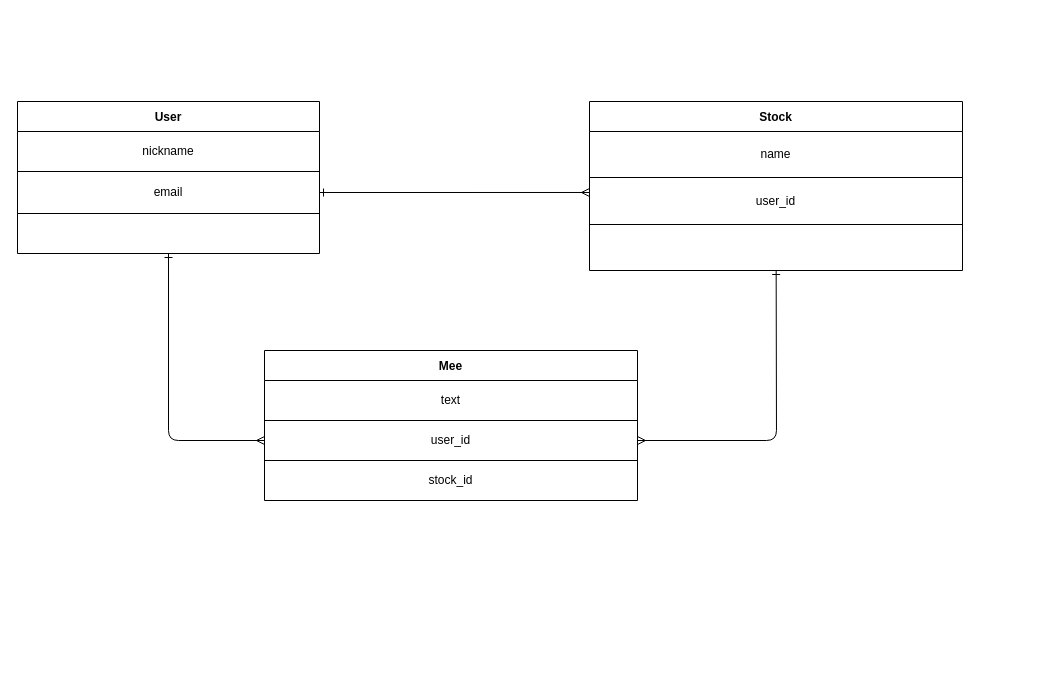
The draw.io diagram er.dio in kijima-line/stome, before the edit. Source tidied: cells renumbered, new cells numbered last; positions are measured from the earlier drawing's top-left corner, leaving out a move shared by most shapes. Both pictures are drawn from the tidied source at 100%, with x=0, y=0 at pixel (17, 101).
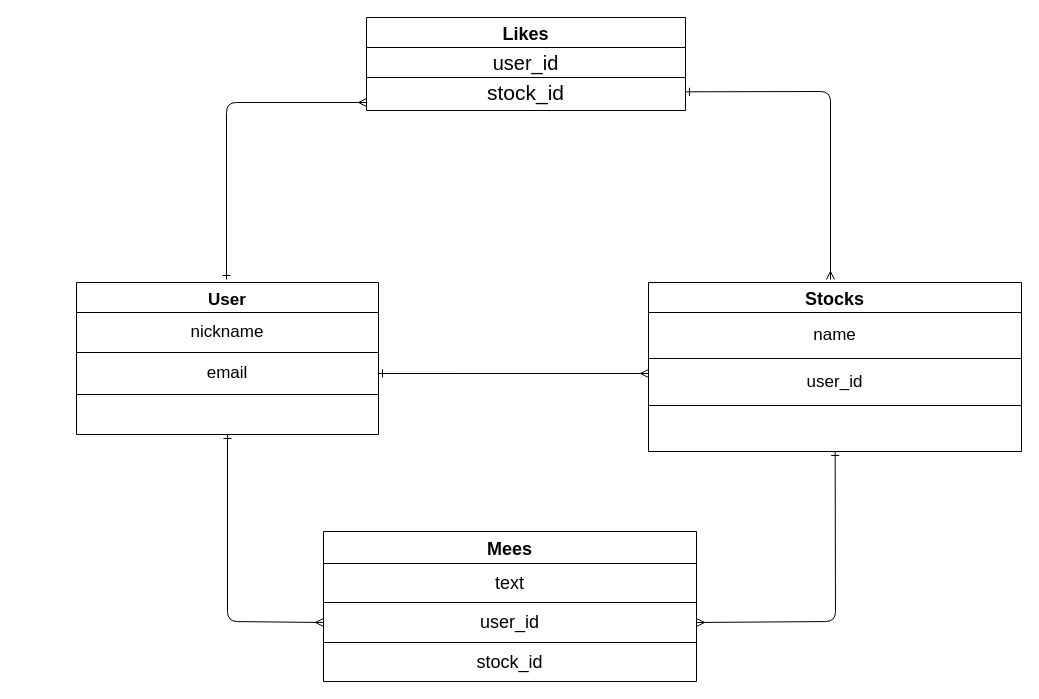
After the change.

The change refers to these unchanged cells:
```xml
<mxCell id="4" style="shape=partialRectangle;html=1;whiteSpace=wrap;fillColor=none;top=0;left=0;bottom=0;right=0;" parent="3" vertex="1">
  <mxGeometry y="30" width="302" height="40" as="geometry" />
</mxCell>
<mxCell id="6" style="shape=partialRectangle;html=1;whiteSpace=wrap;fillColor=none;top=0;left=0;bottom=0;right=0;points=[[0,0.5],[1,0.5]];portConstraint=eastwest;" parent="3" vertex="1">
  <mxGeometry y="70" width="302" height="42" as="geometry" />
</mxCell>
<mxCell id="12" style="shape=partialRectangle;html=1;whiteSpace=wrap;fillColor=none;top=0;left=0;bottom=0;right=0;" parent="11" vertex="1">
  <mxGeometry y="30" width="373" height="46" as="geometry" />
</mxCell>
<mxCell id="14" style="shape=partialRectangle;html=1;whiteSpace=wrap;fillColor=none;top=0;left=0;bottom=0;right=0;points=[[0,0.5],[1,0.5]];portConstraint=eastwest;" parent="11" vertex="1">
  <mxGeometry y="76" width="373" height="47" as="geometry" />
</mxCell>
```

Diff of the diagram source:
```diff
@@
-    <mxCell id="2" style="edgeStyle=none;html=1;entryX=0;entryY=0.5;entryDx=0;entryDy=0;fontColor=#000000;endArrow=ERmany;endFill=0;strokeColor=#000000;startArrow=ERone;startFill=0;" parent="1" edge="1" source="3" target="21">
-      <mxGeometry relative="1" as="geometry">
-        <Array as="points">
-          <mxPoint x="151" y="339" />
-        </Array>
-      </mxGeometry>
-    </mxCell>
+    <mxCell id="26" value="Likes" style="shape=table;startSize=30;childLayout=tableLayout;rowLines=0;fontStyle=1;align=center;fontSize=18;strokeColor=#000000;" parent="1" vertex="1">
+      <mxGeometry x="349" y="-84" width="319" height="93" as="geometry" />
+    </mxCell>
+    <mxCell id="27" style="shape=partialRectangle;html=1;whiteSpace=wrap;fillColor=none;top=0;left=0;bottom=1;right=0;strokeColor=#000000;" parent="26" vertex="1">
+      <mxGeometry y="30" width="319" height="30" as="geometry" />
+    </mxCell>
+    <mxCell id="28" value="&lt;font color=&quot;#000000&quot; style=&quot;font-size: 20px&quot;&gt;user_id&lt;/font&gt;" style="shape=partialRectangle;html=1;whiteSpace=wrap;fillColor=none;top=0;left=0;bottom=0;right=0;overflow=hidden;" parent="27" vertex="1">
+      <mxGeometry width="319" height="30" as="geometry" />
+    </mxCell>
+    <mxCell id="29" style="shape=partialRectangle;html=1;whiteSpace=wrap;fillColor=none;top=0;left=0;bottom=0;right=0;" parent="26" vertex="1">
+      <mxGeometry y="60" width="319" height="30" as="geometry" />
+    </mxCell>
+    <mxCell id="30" value="stock_id" style="shape=partialRectangle;html=1;whiteSpace=wrap;fillColor=none;top=0;left=0;bottom=0;right=0;overflow=hidden;fontColor=#000000;fontSize=21;strokeColor=#000000;" parent="29" vertex="1">
+      <mxGeometry width="319" height="30" as="geometry" />
+    </mxCell>
+    <mxCell id="31" style="group;" parent="1" vertex="1">
+      <mxGeometry x="59" y="181" width="945" height="399" as="geometry" />
+    </mxCell>
-    <mxCell id="3" value="User" style="shape=table;startSize=30;childLayout=tableLayout;fontStyle=1;align=center;strokeColor=#000000;" parent="1" vertex="1">
+    <mxCell id="3" value="User" style="shape=table;startSize=30;childLayout=tableLayout;fontStyle=1;align=center;strokeColor=#000000;fontSize=17;" parent="31" vertex="1">
       <mxGeometry width="302" height="152" as="geometry" />
     </mxCell>
@@
-    <mxCell id="5" value="&lt;font color=&quot;#000000&quot;&gt;nickname&lt;/font&gt;" style="shape=partialRectangle;html=1;whiteSpace=wrap;fillColor=none;top=0;left=0;bottom=0;right=0;overflow=hidden;" parent="4" vertex="1">
+    <mxCell id="5" value="&lt;font color=&quot;#000000&quot; style=&quot;font-size: 17px;&quot;&gt;nickname&lt;/font&gt;" style="shape=partialRectangle;html=1;whiteSpace=wrap;fillColor=none;top=0;left=0;bottom=0;right=0;overflow=hidden;fontSize=17;" parent="4" vertex="1">
       <mxGeometry width="302" height="40" as="geometry" />
     </mxCell>
@@
-    <mxCell id="7" value="&lt;font color=&quot;#000000&quot;&gt;email&lt;/font&gt;" style="shape=partialRectangle;html=1;whiteSpace=wrap;fillColor=none;top=0;left=0;bottom=0;right=0;overflow=hidden;" parent="6" vertex="1">
+    <mxCell id="7" value="&lt;font color=&quot;#000000&quot; style=&quot;font-size: 17px;&quot;&gt;email&lt;/font&gt;" style="shape=partialRectangle;html=1;whiteSpace=wrap;fillColor=none;top=0;left=0;bottom=0;right=0;overflow=hidden;fontSize=17;" parent="6" vertex="1">
       <mxGeometry width="302" height="42" as="geometry" />
     </mxCell>
@@
-    <mxCell id="10" style="edgeStyle=none;html=1;entryX=1;entryY=0.5;entryDx=0;entryDy=0;fontColor=#000000;endArrow=ERmany;endFill=0;strokeColor=#000000;startArrow=ERone;startFill=0;" parent="1" edge="1" source="11" target="21">
-      <mxGeometry relative="1" as="geometry">
-        <Array as="points">
-          <mxPoint x="759" y="339" />
-        </Array>
-      </mxGeometry>
-    </mxCell>
-    <mxCell id="11" value="Stock" style="shape=table;startSize=30;childLayout=tableLayout;fontStyle=1;align=center;strokeColor=#000000;" parent="1" vertex="1">
+    <mxCell id="11" value="Stocks" style="shape=table;startSize=30;childLayout=tableLayout;fontStyle=1;align=center;strokeColor=#000000;fontSize=18;" parent="31" vertex="1">
       <mxGeometry x="572" width="373" height="169" as="geometry" />
     </mxCell>
@@
-    <mxCell id="13" value="&lt;font color=&quot;#000000&quot;&gt;name&lt;/font&gt;" style="shape=partialRectangle;html=1;whiteSpace=wrap;fillColor=none;top=0;left=0;bottom=0;right=0;overflow=hidden;" parent="12" vertex="1">
+    <mxCell id="13" value="&lt;font color=&quot;#000000&quot; style=&quot;font-size: 17px;&quot;&gt;name&lt;/font&gt;" style="shape=partialRectangle;html=1;whiteSpace=wrap;fillColor=none;top=0;left=0;bottom=0;right=0;overflow=hidden;fontSize=17;" parent="12" vertex="1">
       <mxGeometry width="373" height="46" as="geometry" />
     </mxCell>
@@
-    <mxCell id="15" value="&lt;font color=&quot;#000000&quot;&gt;user_id&lt;/font&gt;" style="shape=partialRectangle;html=1;whiteSpace=wrap;fillColor=none;top=0;left=0;bottom=0;right=0;overflow=hidden;" parent="14" vertex="1">
+    <mxCell id="15" value="&lt;font color=&quot;#000000&quot; style=&quot;font-size: 17px;&quot;&gt;user_id&lt;/font&gt;" style="shape=partialRectangle;html=1;whiteSpace=wrap;fillColor=none;top=0;left=0;bottom=0;right=0;overflow=hidden;fontSize=17;" parent="14" vertex="1">
       <mxGeometry width="373" height="47" as="geometry" />
     </mxCell>
@@
-    <mxCell id="18" value="Mee" style="shape=table;startSize=30;childLayout=tableLayout;fontStyle=1;align=center;strokeColor=#000000;" parent="1" vertex="1">
+    <mxCell id="18" value="Mees" style="shape=table;startSize=32;childLayout=tableLayout;fontStyle=1;align=center;strokeColor=#000000;fontSize=18;" parent="31" vertex="1">
       <mxGeometry x="247" y="249" width="373" height="150" as="geometry" />
     </mxCell>
     <mxCell id="19" style="shape=partialRectangle;html=1;whiteSpace=wrap;fillColor=none;top=0;left=0;bottom=0;right=0;" parent="18" vertex="1">
-      <mxGeometry y="30" width="373" height="40" as="geometry" />
+      <mxGeometry y="32" width="373" height="39" as="geometry" />
     </mxCell>
-    <mxCell id="20" value="&lt;font color=&quot;#000000&quot;&gt;text&lt;/font&gt;" style="shape=partialRectangle;html=1;whiteSpace=wrap;fillColor=none;top=0;left=0;bottom=0;right=0;overflow=hidden;" parent="19" vertex="1">
-      <mxGeometry width="373" height="40" as="geometry" />
+    <mxCell id="20" value="&lt;font color=&quot;#000000&quot; style=&quot;font-size: 18px;&quot;&gt;text&lt;/font&gt;" style="shape=partialRectangle;html=1;whiteSpace=wrap;fillColor=none;top=0;left=0;bottom=0;right=0;overflow=hidden;fontSize=18;" parent="19" vertex="1">
+      <mxGeometry width="373" height="39" as="geometry" />
     </mxCell>
     <mxCell id="21" style="shape=partialRectangle;html=1;whiteSpace=wrap;fillColor=none;top=0;left=0;bottom=0;right=0;points=[[0,0.5],[1,0.5]];portConstraint=eastwest;" parent="18" vertex="1">
-      <mxGeometry y="70" width="373" height="40" as="geometry" />
+      <mxGeometry y="71" width="373" height="40" as="geometry" />
     </mxCell>
-    <mxCell id="22" value="&lt;font color=&quot;#000000&quot;&gt;user_id&lt;/font&gt;" style="shape=partialRectangle;html=1;whiteSpace=wrap;fillColor=none;top=0;left=0;bottom=0;right=0;overflow=hidden;" parent="21" vertex="1">
+    <mxCell id="22" value="&lt;font color=&quot;#000000&quot; style=&quot;font-size: 18px;&quot;&gt;user_id&lt;/font&gt;" style="shape=partialRectangle;html=1;whiteSpace=wrap;fillColor=none;top=0;left=0;bottom=0;right=0;overflow=hidden;fontSize=18;" parent="21" vertex="1">
       <mxGeometry width="373" height="40" as="geometry" />
     </mxCell>
     <mxCell id="23" style="shape=partialRectangle;html=1;whiteSpace=wrap;fillColor=none;top=0;left=0;bottom=0;right=0;" parent="18" vertex="1">
-      <mxGeometry y="110" width="373" height="40" as="geometry" />
+      <mxGeometry y="111" width="373" height="39" as="geometry" />
     </mxCell>
-    <mxCell id="24" value="&lt;font color=&quot;#000000&quot;&gt;stock_id&lt;/font&gt;" style="shape=partialRectangle;html=1;whiteSpace=wrap;fillColor=none;top=0;left=0;bottom=0;right=0;overflow=hidden;" parent="23" vertex="1">
-      <mxGeometry width="373" height="40" as="geometry" />
+    <mxCell id="24" value="&lt;font color=&quot;#000000&quot; style=&quot;font-size: 18px;&quot;&gt;stock_id&lt;/font&gt;" style="shape=partialRectangle;html=1;whiteSpace=wrap;fillColor=none;top=0;left=0;bottom=0;right=0;overflow=hidden;fontSize=18;" parent="23" vertex="1">
+      <mxGeometry width="373" height="39" as="geometry" />
     </mxCell>
+    <mxCell id="2" style="edgeStyle=none;html=1;entryX=0;entryY=0.5;entryDx=0;entryDy=0;fontColor=#000000;endArrow=ERmany;endFill=0;strokeColor=#000000;startArrow=ERone;startFill=0;" parent="31" edge="1" source="3" target="21">
+      <mxGeometry relative="1" as="geometry">
+        <Array as="points">
+          <mxPoint x="151" y="339" />
+        </Array>
+      </mxGeometry>
+    </mxCell>
+    <mxCell id="10" style="edgeStyle=none;html=1;entryX=1;entryY=0.5;entryDx=0;entryDy=0;fontColor=#000000;endArrow=ERmany;endFill=0;strokeColor=#000000;startArrow=ERone;startFill=0;" parent="31" edge="1" source="11" target="21">
+      <mxGeometry relative="1" as="geometry">
+        <Array as="points">
+          <mxPoint x="759" y="339" />
+        </Array>
+      </mxGeometry>
+    </mxCell>
-    <mxCell id="25" style="edgeStyle=none;html=1;exitX=1;exitY=0.5;exitDx=0;exitDy=0;entryX=0;entryY=0.319;entryDx=0;entryDy=0;fontColor=#000000;endArrow=ERmany;endFill=0;strokeColor=#000000;entryPerimeter=0;startArrow=ERone;startFill=0;" parent="1" edge="1" source="6" target="14">
+    <mxCell id="25" style="edgeStyle=none;html=1;exitX=1;exitY=0.5;exitDx=0;exitDy=0;entryX=0;entryY=0.319;entryDx=0;entryDy=0;fontColor=#000000;endArrow=ERmany;endFill=0;strokeColor=#000000;entryPerimeter=0;startArrow=ERone;startFill=0;" parent="31" edge="1" source="6" target="14">
       <mxGeometry relative="1" as="geometry" />
     </mxCell>
+    <mxCell id="32" style="edgeStyle=none;html=1;entryX=0;entryY=0.319;entryDx=0;entryDy=0;fontColor=#000000;endArrow=ERmany;endFill=0;strokeColor=#000000;entryPerimeter=0;startArrow=ERone;startFill=0;" parent="1" edge="1">
+      <mxGeometry relative="1" as="geometry">
+        <mxPoint x="209" y="178" as="sourcePoint" />
+        <mxPoint x="349" y="1" as="targetPoint" />
+        <Array as="points">
+          <mxPoint x="209" y="1" />
+        </Array>
+      </mxGeometry>
+    </mxCell>
+    <mxCell id="33" style="edgeStyle=none;html=1;exitX=1;exitY=0.5;exitDx=0;exitDy=0;fontColor=#000000;endArrow=ERmany;endFill=0;strokeColor=#000000;startArrow=ERone;startFill=0;" parent="1" edge="1">
+      <mxGeometry relative="1" as="geometry">
+        <mxPoint x="668" y="-9.7" as="sourcePoint" />
+        <mxPoint x="813" y="178" as="targetPoint" />
+        <Array as="points">
+          <mxPoint x="813" y="-10" />
+        </Array>
+      </mxGeometry>
+    </mxCell>
```
